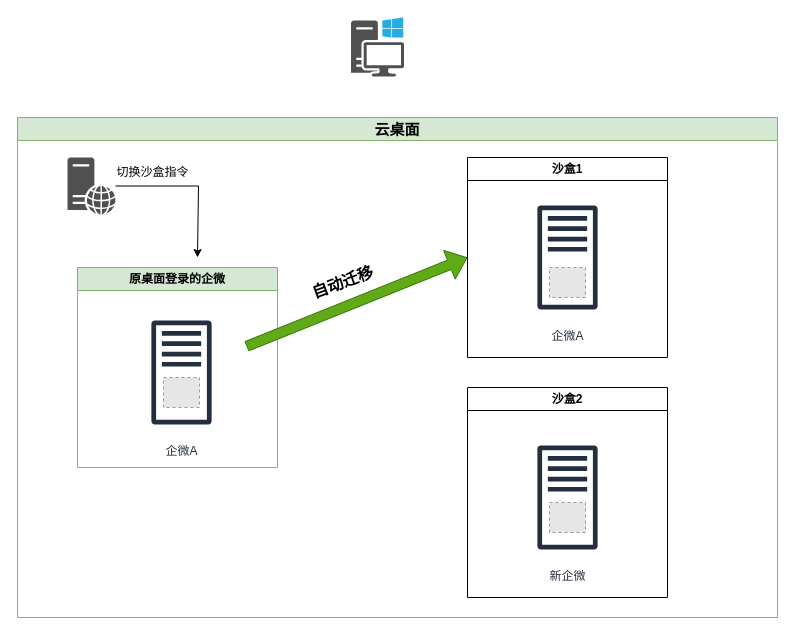
This is 沙盒企微迁移1.drawio from weishengzu/Draw.io, a draw.io file, before an edit. Source tidied: cells renumbered, new cells numbered last; positions are measured from the earlier drawing's top-left corner, leaving out a move shared by most shapes. Both pictures are drawn from the tidied source at 100%, with x=0, y=0 at pixel (17, 17). Pictures stored in the file or linked from it are replaced by grey dashed boxes.
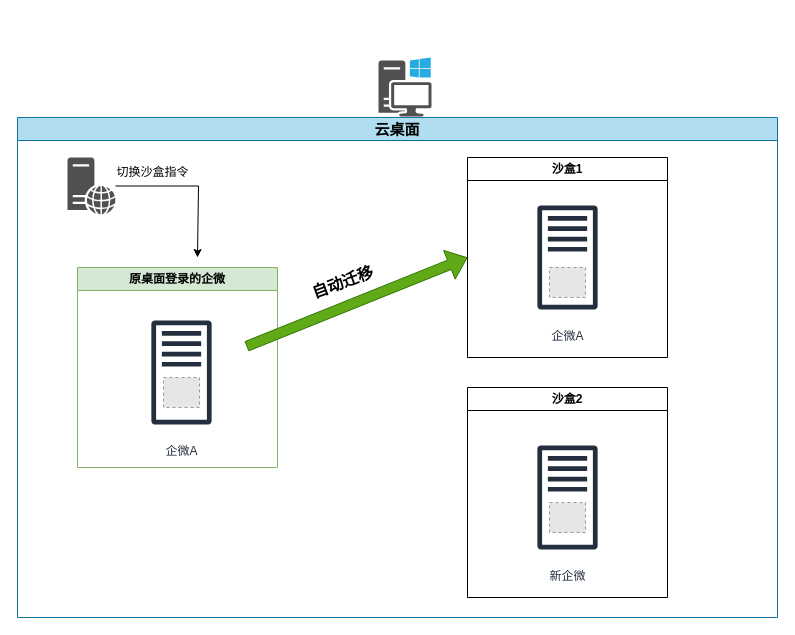
The same page after the edit.

Commit message:
更新沙盒企微迁移1.drawio

Diff of the diagram source:
```diff
@@
 <mxGraphModel background="#ffffff">
   <root>
     <mxCell id="0" />
     <mxCell id="1" parent="0" />
-    <mxCell id="2" value="云桌面" style="swimlane;whiteSpace=wrap;html=1;startSize=23;fillColor=#d5e8d4;strokeColor=#82b366;labelBorderColor=none;fontSize=15;" parent="1" vertex="1">
+    <mxCell id="2" value="云桌面" style="swimlane;whiteSpace=wrap;html=1;startSize=23;fillColor=#b1ddf0;strokeColor=#10739e;labelBorderColor=none;fontSize=15;" parent="1" vertex="1">
       <mxGeometry y="100" width="760" height="500" as="geometry" />
     </mxCell>
     <mxCell id="3" value="原桌面登录的企微" style="swimlane;whiteSpace=wrap;html=1;fillColor=#d5e8d4;strokeColor=#82b366;" parent="2" vertex="1">
       <mxGeometry x="60" y="150" width="200" height="200" as="geometry" />
     </mxCell>
     <mxCell id="4" value="企微A" style="sketch=0;outlineConnect=0;fontColor=#232F3E;gradientColor=none;strokeColor=#232F3E;fillColor=#ffffff;dashed=0;verticalLabelPosition=bottom;verticalAlign=top;align=center;html=1;fontSize=12;fontStyle=0;shape=mxgraph.aws4.resourceIcon;resIcon=mxgraph.aws4.traditional_server;" parent="3" vertex="1">
       <mxGeometry x="39" y="40" width="130" height="130" as="geometry" />
     </mxCell>
     <mxCell id="5" style="fillColor=#E6E6E6;strokeColor=#999999;dashed=1;verticalLabelPosition=bottom;labelBackgroundColor=default;verticalAlign=top;" parent="3" vertex="1">
       <mxGeometry x="86" y="110" width="36" height="30" as="geometry" />
     </mxCell>
     <mxCell id="6" value="沙盒1" style="swimlane;whiteSpace=wrap;html=1;startSize=23;" parent="2" vertex="1">
       <mxGeometry x="450" y="40" width="200" height="200" as="geometry" />
     </mxCell>
     <mxCell id="7" value="企微A" style="sketch=0;fontColor=#232F3E;gradientColor=none;strokeColor=#232F3E;fillColor=#ffffff;dashed=0;verticalLabelPosition=bottom;verticalAlign=top;align=center;html=1;fontSize=12;fontStyle=0;shape=mxgraph.aws4.resourceIcon;resIcon=mxgraph.aws4.traditional_server;" parent="6" vertex="1">
       <mxGeometry x="35" y="35" width="130" height="130" as="geometry" />
     </mxCell>
     <mxCell id="8" style="fillColor=#E6E6E6;strokeColor=#999999;dashed=1;verticalLabelPosition=bottom;labelBackgroundColor=default;verticalAlign=top;" parent="6" vertex="1">
       <mxGeometry x="82" y="110" width="36" height="30" as="geometry" />
     </mxCell>
     <mxCell id="9" value="沙盒2" style="swimlane;whiteSpace=wrap;html=1;startSize=23;" parent="2" vertex="1">
       <mxGeometry x="450" y="270" width="200" height="210" as="geometry" />
     </mxCell>
     <mxCell id="10" value="新企微" style="sketch=0;fontColor=#232F3E;gradientColor=none;strokeColor=#232F3E;fillColor=#ffffff;dashed=0;verticalLabelPosition=bottom;verticalAlign=top;align=center;html=1;fontSize=12;fontStyle=0;shape=mxgraph.aws4.resourceIcon;resIcon=mxgraph.aws4.traditional_server;" parent="9" vertex="1">
       <mxGeometry x="35" y="45" width="130" height="130" as="geometry" />
     </mxCell>
     <mxCell id="11" style="fillColor=#E6E6E6;strokeColor=#999999;dashed=1;verticalLabelPosition=bottom;labelBackgroundColor=default;verticalAlign=top;" parent="9" vertex="1">
       <mxGeometry x="82" y="115" width="36" height="30" as="geometry" />
     </mxCell>
     <mxCell id="12" style="shape=flexArrow;endArrow=classic;html=1;rounded=0;entryX=0;entryY=0.5;entryDx=0;entryDy=0;fillColor=#60a917;strokeColor=#2D7600;" parent="2" edge="1" source="4" target="6">
       <mxGeometry relative="1" as="geometry" />
     </mxCell>
     <mxCell id="13" value="&lt;b&gt;&lt;font style=&quot;font-size: 16px;&quot;&gt;自动迁移&lt;/font&gt;&lt;/b&gt;" style="text;html=1;align=center;verticalAlign=middle;strokeColor=none;fillColor=none;rotation=-20;" parent="2" vertex="1">
       <mxGeometry x="280" y="150" width="90" height="30" as="geometry" />
     </mxCell>
     <mxCell id="14" style="edgeStyle=orthogonalEdgeStyle;rounded=0;jettySize=auto;html=1;" parent="2" edge="1" source="15">
       <mxGeometry relative="1" as="geometry">
         <mxPoint x="180" y="140" as="targetPoint" />
         <Array as="points">
           <mxPoint x="181" y="69" />
         </Array>
       </mxGeometry>
     </mxCell>
     <mxCell id="15" style="sketch=0;shadow=0;dashed=0;html=1;strokeColor=none;fillColor=#505050;labelPosition=center;verticalLabelPosition=bottom;verticalAlign=top;outlineConnect=0;align=center;shape=mxgraph.office.servers.web_server;" parent="2" vertex="1">
       <mxGeometry x="50" y="40" width="48" height="57" as="geometry" />
     </mxCell>
     <mxCell id="16" value="切换沙盒指令" style="text;html=1;align=center;verticalAlign=middle;strokeColor=none;fillColor=none;" parent="2" vertex="1">
       <mxGeometry x="85" y="40" width="100" height="30" as="geometry" />
     </mxCell>
     <mxCell id="17" style="sketch=0;shadow=0;dashed=0;html=1;strokeColor=none;fillColor=#505050;labelPosition=center;verticalLabelPosition=bottom;verticalAlign=top;align=center;shape=mxgraph.office.devices.workstation_pc;" parent="1" vertex="1">
-      <mxGeometry x="333.5" width="53" height="59" as="geometry" />
+      <mxGeometry x="361" y="40" width="53" height="59" as="geometry" />
     </mxCell>
   </root>
 </mxGraphModel>
```
